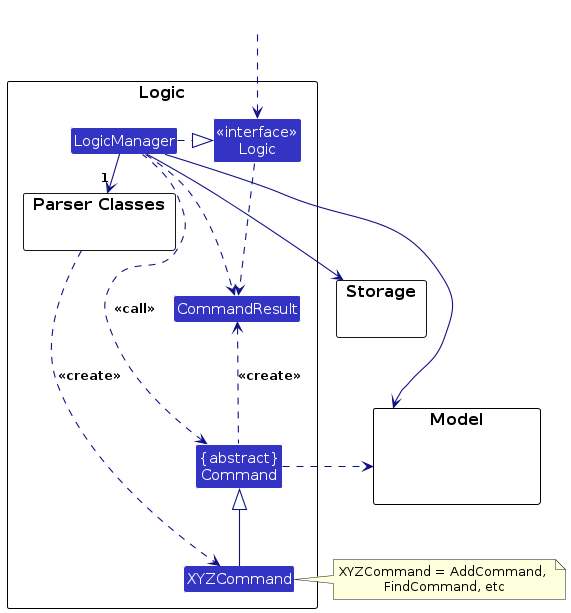
This is diagrams/LogicClassDiagram.png from AY2627S1-CS2103T-F11-4/tp, a PlantUML export, as it was before one commit. Its source is kept beside it as diagrams/LogicClassDiagram.puml. The source it was exported from:
```plantuml
@startuml
!include style.puml
skinparam arrowThickness 1.1
skinparam arrowColor LOGIC_COLOR_T4
skinparam classBackgroundColor LOGIC_COLOR

package Logic as LogicPackage {

package "Parser Classes" as ParserClasses{
}
Class XYZCommand
Class CommandResult
Class "{abstract}\nCommand" as Command


Class "<<interface>>\nLogic" as Logic
Class LogicManager
}

package Model {
Class HiddenModel #FFFFFF
}

package Storage {
}

Class HiddenOutside #FFFFFF
HiddenOutside ..> Logic

LogicManager .right.|> Logic
LogicManager -right->"1" ParserClasses
ParserClasses ..> XYZCommand : <<create>>

XYZCommand -up-|> Command
LogicManager .left.> Command : <<call>>

LogicManager --> Model
LogicManager --> Storage
Storage --[hidden] Model
Command .[hidden]up.> Storage
Command .right.> Model
note right of XYZCommand: XYZCommand = AddCommand, \nFindCommand, etc

Logic ..> CommandResult
LogicManager .down.> CommandResult
Command .up.> CommandResult : <<create>>
@enduml
```
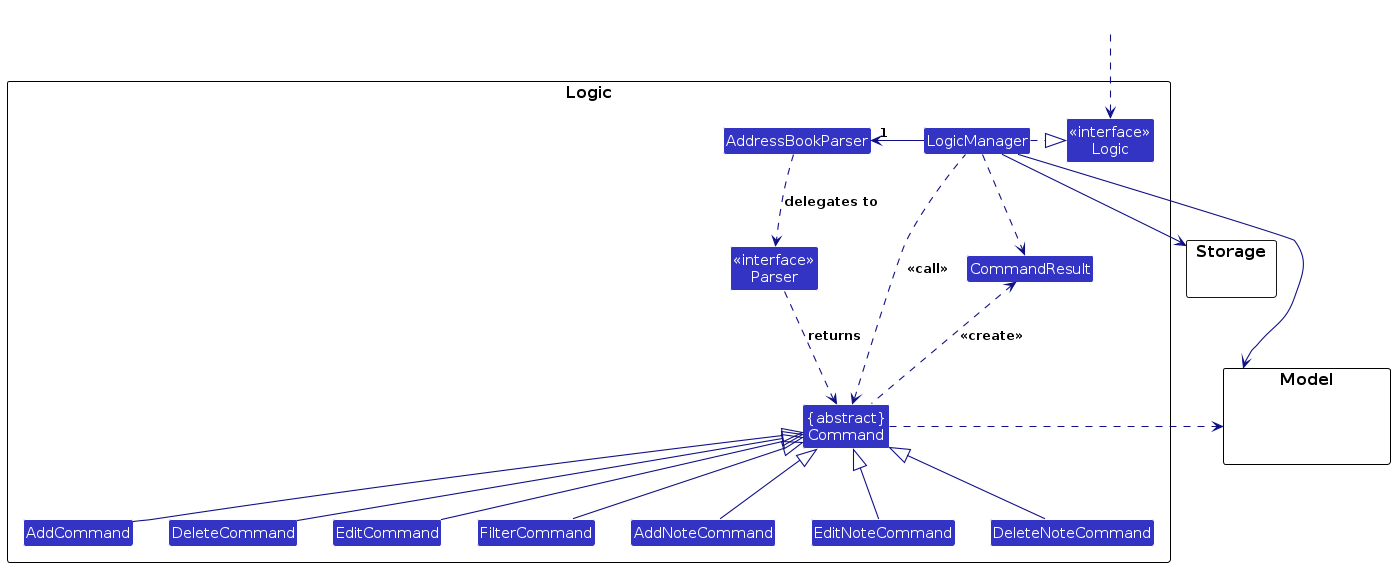
The same file after the commit.

Change to the diagram source:
```diff
@@ -5,12 +5,17 @@
 skinparam classBackgroundColor LOGIC_COLOR
 
 package Logic as LogicPackage {
-
-package "Parser Classes" as ParserClasses{
-}
-Class XYZCommand
+Class AddressBookParser
+Class "<<interface>>\nParser" as Parser
 Class CommandResult
 Class "{abstract}\nCommand" as Command
+Class AddCommand
+Class DeleteCommand
+Class EditCommand
+Class FilterCommand
+Class AddNoteCommand
+Class EditNoteCommand
+Class DeleteNoteCommand
 
 
 Class "<<interface>>\nLogic" as Logic
@@ -28,10 +33,17 @@
 HiddenOutside ..> Logic
 
 LogicManager .right.|> Logic
-LogicManager -right->"1" ParserClasses
-ParserClasses ..> XYZCommand : <<create>>
+LogicManager -right-> "1" AddressBookParser
+AddressBookParser ..> Parser : delegates to
+Parser ..> Command : returns
 
-XYZCommand -up-|> Command
+AddCommand -up-|> Command
+DeleteCommand -up-|> Command
+EditCommand -up-|> Command
+FilterCommand -up-|> Command
+AddNoteCommand -up-|> Command
+EditNoteCommand -up-|> Command
+DeleteNoteCommand -up-|> Command
 LogicManager .left.> Command : <<call>>
 
 LogicManager --> Model
@@ -39,9 +51,6 @@
 Storage --[hidden] Model
 Command .[hidden]up.> Storage
 Command .right.> Model
-note right of XYZCommand: XYZCommand = AddCommand, \nFindCommand, etc
-
-Logic ..> CommandResult
 LogicManager .down.> CommandResult
 Command .up.> CommandResult : <<create>>
 @enduml
```
